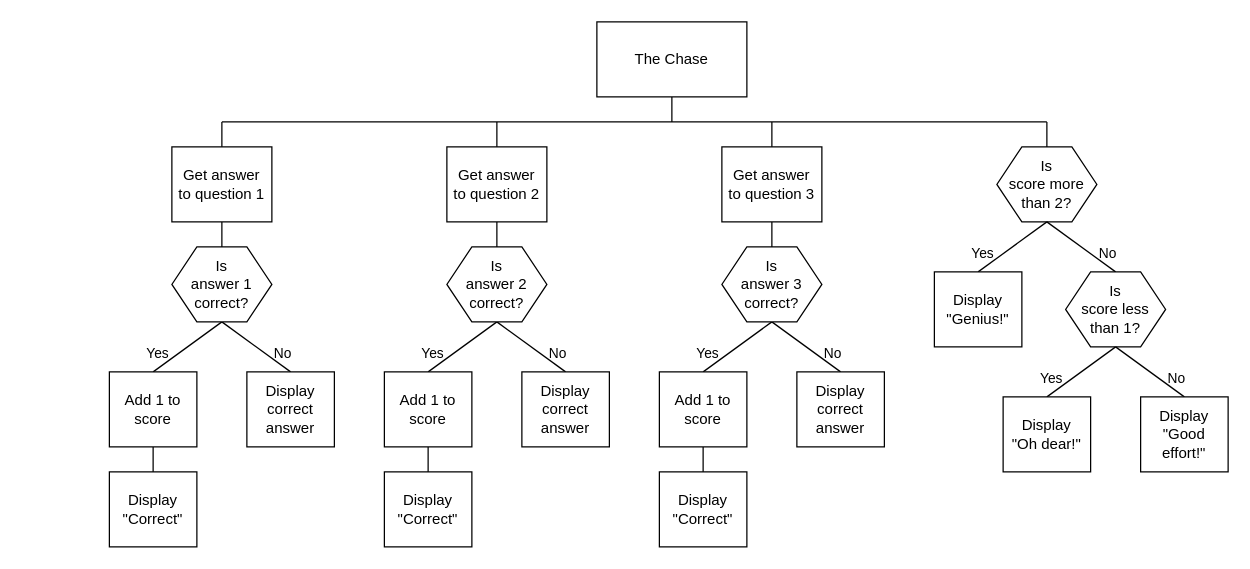
Above: n5/N5-SDD-The-Chase/assets/N5 SDD The Chase.drawio in MrFriendCS/MrFriendCS.github.io (draw.io), before the change. Source tidied: cells renumbered, new cells numbered last; positions are measured from the earlier drawing's top-left corner, leaving out a move shared by most shapes. Both pictures are drawn from the tidied source at 125%, with x=0, y=0 at pixel (109, 21).
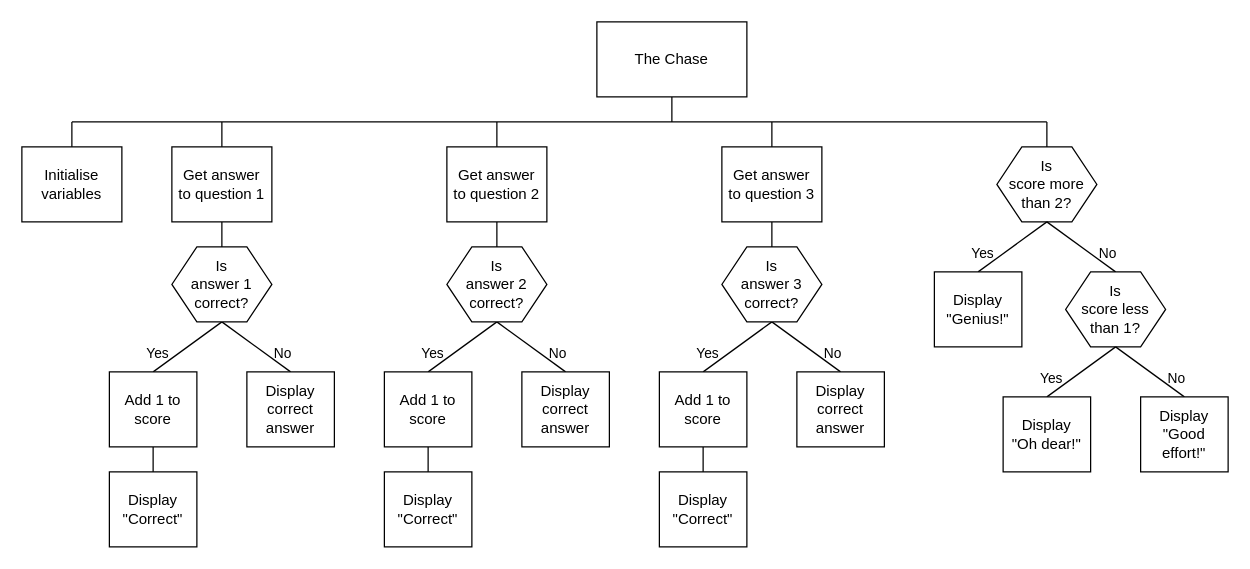
The same diagram, later.

Diff of the diagram source:
```diff
@@
     <mxCell id="54" style="endArrow=none;html=1;rounded=0;labelBackgroundColor=default;strokeColor=default;fontFamily=Helvetica;fontSize=11;fontColor=default;shape=connector;" parent="1" edge="1">
       <mxGeometry relative="1" as="geometry">
-        <mxPoint x="90" y="80" as="sourcePoint" />
+        <mxPoint x="-30" y="80" as="sourcePoint" />
         <mxPoint x="750" y="80" as="targetPoint" />
       </mxGeometry>
     </mxCell>
+    <mxCell id="55" style="rounded=0;jettySize=auto;html=1;exitX=0.5;exitY=0;exitDx=0;exitDy=0;endArrow=none;endFill=0;" parent="1" edge="1" source="56">
+      <mxGeometry relative="1" as="geometry">
+        <mxPoint x="-30" y="80" as="targetPoint" />
+      </mxGeometry>
+    </mxCell>
+    <mxCell id="56" value="Initialise variables" style="rounded=0;whiteSpace=wrap;html=1;" parent="1" vertex="1">
+      <mxGeometry x="-70" y="100" width="80" height="60" as="geometry" />
+    </mxCell>
```
